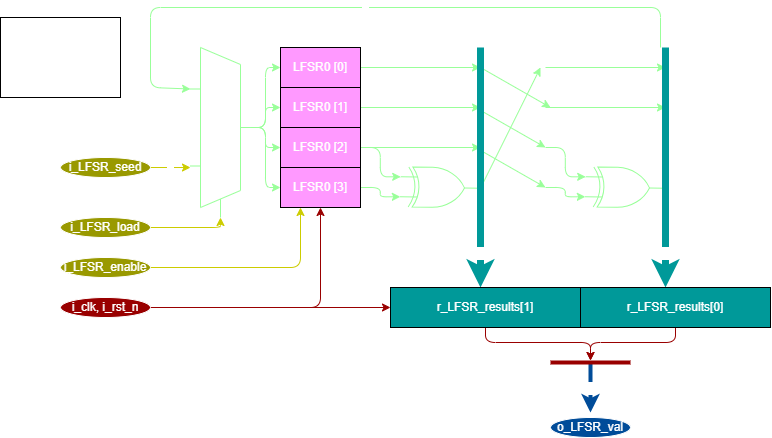
The draw.io diagram custom_parallel_lfsr_internal.drawio.png in omar1405/Parallel_Fibonacci_LFSR, before a commit. Source tidied: cells renumbered, new cells last; positions are measured from the earlier drawing's top-left corner, leaving out a move shared by most shapes. The source it was exported from:
```xml
<mxGraphModel>
  <root>
    <mxCell id="0" />
    <mxCell id="1" parent="0" />
    <mxCell id="2" value="for Params:&lt;br&gt;-LFSR_N=4&lt;br&gt;-LFSR_M=2&lt;br&gt;-LFSR_P='hc&lt;br&gt;-LFSR_R=~('d0)" style="rounded=0;whiteSpace=wrap;html=1;fontColor=#FFFFFF;" parent="1" vertex="1">
      <mxGeometry y="10" width="120" height="80" as="geometry" />
    </mxCell>
    <mxCell id="3" style="edgeStyle=none;html=1;exitX=1;exitY=0.5;exitDx=0;exitDy=0;exitPerimeter=0;strokeColor=#99FF99;fontColor=#FFFFFF;" parent="1" edge="1" source="4">
      <mxGeometry relative="1" as="geometry">
        <mxPoint x="540" y="60" as="targetPoint" />
      </mxGeometry>
    </mxCell>
    <mxCell id="4" style="verticalLabelPosition=bottom;shadow=0;dashed=0;align=center;html=1;verticalAlign=top;shape=mxgraph.electrical.logic_gates.logic_gate;operation=xor;rotation=1;strokeColor=#99FF99;fontColor=#FFFFFF;" parent="1" vertex="1">
      <mxGeometry x="400" y="160" width="80" height="40" as="geometry" />
    </mxCell>
    <mxCell id="5" style="edgeStyle=orthogonalEdgeStyle;html=1;strokeColor=#99FF99;fontColor=#FFFFFF;" parent="1" edge="1" source="6">
      <mxGeometry relative="1" as="geometry">
        <mxPoint x="480" y="60" as="targetPoint" />
      </mxGeometry>
    </mxCell>
    <mxCell id="6" value="LFSR0 [0]" style="rounded=0;whiteSpace=wrap;html=1;strokeColor=#000000;fillColor=#FF99FF;fontColor=#FFFFFF;" parent="1" vertex="1">
      <mxGeometry x="280" y="40" width="80" height="40" as="geometry" />
    </mxCell>
    <mxCell id="7" style="edgeStyle=orthogonalEdgeStyle;html=1;strokeColor=#99FF99;fontColor=#FFFFFF;" parent="1" edge="1" source="8">
      <mxGeometry relative="1" as="geometry">
        <mxPoint x="480" y="100" as="targetPoint" />
      </mxGeometry>
    </mxCell>
    <mxCell id="8" value="LFSR0 [1]" style="rounded=0;whiteSpace=wrap;html=1;strokeColor=#000000;fillColor=#FF99FF;fontColor=#FFFFFF;" parent="1" vertex="1">
      <mxGeometry x="280" y="80" width="80" height="40" as="geometry" />
    </mxCell>
    <mxCell id="9" style="edgeStyle=orthogonalEdgeStyle;html=1;entryX=0;entryY=0.25;entryDx=0;entryDy=0;entryPerimeter=0;strokeColor=#99FF99;fontColor=#FFFFFF;" parent="1" edge="1" source="11" target="4">
      <mxGeometry relative="1" as="geometry" />
    </mxCell>
    <mxCell id="10" style="edgeStyle=none;html=1;exitX=1;exitY=0.5;exitDx=0;exitDy=0;strokeColor=#99FF99;fontColor=#FFFFFF;" parent="1" edge="1" source="11">
      <mxGeometry relative="1" as="geometry">
        <mxPoint x="480" y="140" as="targetPoint" />
      </mxGeometry>
    </mxCell>
    <mxCell id="11" value="LFSR0 [2]" style="rounded=0;whiteSpace=wrap;html=1;strokeColor=#000000;fillColor=#FF99FF;fontColor=#FFFFFF;" parent="1" vertex="1">
      <mxGeometry x="280" y="120" width="80" height="40" as="geometry" />
    </mxCell>
    <mxCell id="12" style="edgeStyle=orthogonalEdgeStyle;html=1;entryX=0;entryY=0.75;entryDx=0;entryDy=0;entryPerimeter=0;strokeColor=#99FF99;fontColor=#FFFFFF;" parent="1" edge="1" source="13" target="4">
      <mxGeometry relative="1" as="geometry" />
    </mxCell>
    <mxCell id="13" value="LFSR0 [3]" style="rounded=0;whiteSpace=wrap;html=1;strokeColor=#000000;fillColor=#FF99FF;fontColor=#FFFFFF;" parent="1" vertex="1">
      <mxGeometry x="280" y="160" width="80" height="40" as="geometry" />
    </mxCell>
    <mxCell id="14" style="verticalLabelPosition=bottom;shadow=0;dashed=0;align=center;html=1;verticalAlign=top;shape=mxgraph.electrical.logic_gates.logic_gate;operation=xor;rotation=1;strokeColor=#99FF99;fontColor=#FFFFFF;" parent="1" vertex="1">
      <mxGeometry x="585" y="160" width="80" height="40" as="geometry" />
    </mxCell>
    <mxCell id="15" style="edgeStyle=orthogonalEdgeStyle;html=1;strokeColor=#99FF99;fontColor=#FFFFFF;" parent="1" edge="1">
      <mxGeometry relative="1" as="geometry">
        <mxPoint x="545" y="60" as="sourcePoint" />
        <mxPoint x="665" y="60" as="targetPoint" />
      </mxGeometry>
    </mxCell>
    <mxCell id="16" style="edgeStyle=orthogonalEdgeStyle;html=1;strokeColor=#99FF99;fontColor=#FFFFFF;" parent="1" edge="1">
      <mxGeometry relative="1" as="geometry">
        <mxPoint x="545" y="100" as="sourcePoint" />
        <mxPoint x="665" y="100" as="targetPoint" />
      </mxGeometry>
    </mxCell>
    <mxCell id="17" style="edgeStyle=orthogonalEdgeStyle;html=1;entryX=0;entryY=0.25;entryDx=0;entryDy=0;entryPerimeter=0;strokeColor=#99FF99;fontColor=#FFFFFF;" parent="1" edge="1" target="14">
      <mxGeometry relative="1" as="geometry">
        <mxPoint x="545" y="140" as="sourcePoint" />
      </mxGeometry>
    </mxCell>
    <mxCell id="18" style="edgeStyle=orthogonalEdgeStyle;html=1;entryX=0;entryY=0.75;entryDx=0;entryDy=0;entryPerimeter=0;strokeColor=#99FF99;fontColor=#FFFFFF;" parent="1" edge="1" target="14">
      <mxGeometry relative="1" as="geometry">
        <mxPoint x="545" y="180" as="sourcePoint" />
      </mxGeometry>
    </mxCell>
    <mxCell id="19" style="endArrow=classic;html=1;strokeColor=#99FF99;fontColor=#FFFFFF;" parent="1" edge="1">
      <mxGeometry relative="1" as="geometry">
        <mxPoint x="480" y="60" as="sourcePoint" />
        <mxPoint x="550" y="100" as="targetPoint" />
      </mxGeometry>
    </mxCell>
    <mxCell id="20" style="endArrow=classic;html=1;strokeColor=#99FF99;fontColor=#FFFFFF;" parent="1" edge="1">
      <mxGeometry relative="1" as="geometry">
        <mxPoint x="475" y="100" as="sourcePoint" />
        <mxPoint x="545" y="140" as="targetPoint" />
      </mxGeometry>
    </mxCell>
    <mxCell id="21" style="endArrow=classic;html=1;strokeColor=#99FF99;fontColor=#FFFFFF;" parent="1" edge="1">
      <mxGeometry relative="1" as="geometry">
        <mxPoint x="475" y="140" as="sourcePoint" />
        <mxPoint x="545" y="180" as="targetPoint" />
      </mxGeometry>
    </mxCell>
    <mxCell id="22" value="4" style="endArrow=classic;html=1;strokeWidth=7;fillColor=#1ba1e2;strokeColor=#009999;verticalAlign=middle;fontColor=#FFFFFF;" parent="1" edge="1">
      <mxGeometry x="0.71" relative="1" as="geometry">
        <mxPoint x="480" y="40" as="sourcePoint" />
        <mxPoint x="480" y="280" as="targetPoint" />
      </mxGeometry>
    </mxCell>
    <mxCell id="23" value="4" style="endArrow=classic;html=1;strokeWidth=7;fillColor=#1ba1e2;strokeColor=#009999;verticalAlign=middle;fontColor=#FFFFFF;" parent="1" edge="1">
      <mxGeometry x="0.71" relative="1" as="geometry">
        <mxPoint x="665" y="40" as="sourcePoint" />
        <mxPoint x="665" y="280" as="targetPoint" />
      </mxGeometry>
    </mxCell>
    <mxCell id="24" style="edgeStyle=orthogonalEdgeStyle;html=1;exitX=0.5;exitY=1;exitDx=0;exitDy=0;strokeColor=#990000;strokeWidth=1;fontColor=#FFFFFF;" parent="1" edge="1" source="25" target="40">
      <mxGeometry relative="1" as="geometry" />
    </mxCell>
    <mxCell id="25" value="r_LFSR_results[1]" style="rounded=0;whiteSpace=wrap;html=1;fillColor=#009999;strokeColor=#000000;fontColor=#FFFFFF;" parent="1" vertex="1">
      <mxGeometry x="390" y="280" width="190" height="40" as="geometry" />
    </mxCell>
    <mxCell id="26" style="edgeStyle=orthogonalEdgeStyle;html=1;exitX=0.5;exitY=1;exitDx=0;exitDy=0;strokeColor=#990000;strokeWidth=1;fontColor=#FFFFFF;" parent="1" edge="1" source="27" target="40">
      <mxGeometry relative="1" as="geometry" />
    </mxCell>
    <mxCell id="27" value="r_LFSR_results[0]" style="rounded=0;whiteSpace=wrap;html=1;fillColor=#009999;strokeColor=#000000;fontColor=#FFFFFF;" parent="1" vertex="1">
      <mxGeometry x="580" y="280" width="190" height="40" as="geometry" />
    </mxCell>
    <mxCell id="28" style="edgeStyle=orthogonalEdgeStyle;html=1;exitX=1;exitY=0.5;exitDx=0;exitDy=-5;exitPerimeter=0;entryX=0;entryY=0.5;entryDx=0;entryDy=0;strokeWidth=1;strokeColor=#99FF99;fontColor=#FFFFFF;" parent="1" edge="1" source="32" target="6">
      <mxGeometry relative="1" as="geometry" />
    </mxCell>
    <mxCell id="29" style="edgeStyle=orthogonalEdgeStyle;html=1;exitX=1;exitY=0.5;exitDx=0;exitDy=-5;exitPerimeter=0;entryX=0;entryY=0.5;entryDx=0;entryDy=0;strokeWidth=1;strokeColor=#99FF99;fontColor=#FFFFFF;" parent="1" edge="1" source="32" target="8">
      <mxGeometry relative="1" as="geometry" />
    </mxCell>
    <mxCell id="30" style="edgeStyle=orthogonalEdgeStyle;html=1;exitX=1;exitY=0.5;exitDx=0;exitDy=-5;exitPerimeter=0;entryX=0;entryY=0.5;entryDx=0;entryDy=0;strokeWidth=1;strokeColor=#99FF99;fontColor=#FFFFFF;" parent="1" edge="1" source="32" target="11">
      <mxGeometry relative="1" as="geometry" />
    </mxCell>
    <mxCell id="31" style="edgeStyle=orthogonalEdgeStyle;html=1;exitX=1;exitY=0.5;exitDx=0;exitDy=-5;exitPerimeter=0;entryX=0;entryY=0.5;entryDx=0;entryDy=0;strokeWidth=1;strokeColor=#99FF99;fontColor=#FFFFFF;" parent="1" edge="1" source="32" target="13">
      <mxGeometry relative="1" as="geometry" />
    </mxCell>
    <mxCell id="32" value="Mux" style="shadow=0;dashed=0;align=center;html=1;strokeWidth=1;shape=mxgraph.electrical.abstract.mux2;strokeColor=#99FF99;fontColor=#FFFFFF;" parent="1" vertex="1">
      <mxGeometry x="190" y="40" width="60" height="170" as="geometry" />
    </mxCell>
    <mxCell id="33" value="4" style="endArrow=classic;html=1;strokeWidth=1;entryX=0;entryY=0.22647058823529412;entryDx=0;entryDy=3;entryPerimeter=0;strokeColor=#99FF99;fontColor=#FFFFFF;" parent="1" edge="1" target="32">
      <mxGeometry relative="1" as="geometry">
        <mxPoint x="660" y="40" as="sourcePoint" />
        <Array as="points">
          <mxPoint x="660" />
          <mxPoint x="150" />
          <mxPoint x="150" y="80" />
        </Array>
      </mxGeometry>
    </mxCell>
    <mxCell id="34" value="4" style="edgeStyle=orthogonalEdgeStyle;html=1;exitX=1;exitY=0.5;exitDx=0;exitDy=0;entryX=0;entryY=0.706;entryDx=0;entryDy=0;entryPerimeter=0;strokeWidth=1;strokeColor=#CCCC00;fontColor=#FFFFFF;" parent="1" edge="1" target="32">
      <mxGeometry relative="1" as="geometry">
        <mxPoint x="150" y="160" as="sourcePoint" />
      </mxGeometry>
    </mxCell>
    <mxCell id="35" style="endArrow=classic;html=1;strokeWidth=1;exitX=1;exitY=0.5;exitDx=0;exitDy=0;entryX=0.5;entryY=1;entryDx=0;entryDy=0;strokeColor=#990000;fontColor=#FFFFFF;" parent="1" edge="1" target="13">
      <mxGeometry relative="1" as="geometry">
        <mxPoint x="150" y="300" as="sourcePoint" />
        <Array as="points">
          <mxPoint x="320" y="300" />
        </Array>
      </mxGeometry>
    </mxCell>
    <mxCell id="36" style="edgeStyle=orthogonalEdgeStyle;html=1;entryX=0.3333333333333333;entryY=1;entryDx=10;entryDy=0;entryPerimeter=0;strokeWidth=1;strokeColor=#CCCC00;fontColor=#FFFFFF;" parent="1" edge="1" target="32">
      <mxGeometry relative="1" as="geometry">
        <mxPoint x="150" y="220" as="sourcePoint" />
      </mxGeometry>
    </mxCell>
    <mxCell id="37" style="edgeStyle=orthogonalEdgeStyle;html=1;entryX=0;entryY=0.5;entryDx=0;entryDy=0;strokeWidth=1;exitX=1;exitY=0.5;exitDx=0;exitDy=0;strokeColor=#990000;fontColor=#FFFFFF;" parent="1" edge="1" target="25">
      <mxGeometry relative="1" as="geometry">
        <mxPoint x="150" y="300" as="sourcePoint" />
        <Array as="points">
          <mxPoint x="240" y="300" />
          <mxPoint x="240" y="300" />
        </Array>
      </mxGeometry>
    </mxCell>
    <mxCell id="38" style="edgeStyle=orthogonalEdgeStyle;html=1;entryX=0.25;entryY=1;entryDx=0;entryDy=0;strokeWidth=1;strokeColor=#CCCC00;fontColor=#FFFFFF;" parent="1" edge="1" target="13">
      <mxGeometry relative="1" as="geometry">
        <mxPoint x="150" y="260" as="sourcePoint" />
      </mxGeometry>
    </mxCell>
    <mxCell id="39" value="8" style="edgeStyle=orthogonalEdgeStyle;html=1;strokeColor=#004C99;strokeWidth=4;fontColor=#FFFFFF;" parent="1" edge="1" source="40">
      <mxGeometry relative="1" as="geometry">
        <mxPoint x="590" y="405" as="targetPoint" />
      </mxGeometry>
    </mxCell>
    <mxCell id="40" style="line;strokeWidth=4;html=1;perimeter=backbonePerimeter;points=[];outlineConnect=0;strokeColor=#990000;fillColor=none;fontColor=#FFFFFF;" parent="1" vertex="1">
      <mxGeometry x="550" y="350" width="80" height="10" as="geometry" />
    </mxCell>
    <mxCell id="41" value="o_LFSR_val" style="ellipse;whiteSpace=wrap;html=1;strokeColor=#FFFFFF;fontColor=#FFFFFF;fillColor=#004C99;" parent="1" vertex="1">
      <mxGeometry x="550" y="410" width="80" height="20" as="geometry" />
    </mxCell>
    <mxCell id="42" value="&lt;span style=&quot;&quot;&gt;i_clk, i_rst_n&lt;/span&gt;" style="ellipse;whiteSpace=wrap;html=1;strokeColor=#FFFFFF;fontColor=#FFFFFF;fillColor=#990000;" parent="1" vertex="1">
      <mxGeometry x="60" y="290" width="90" height="20" as="geometry" />
    </mxCell>
    <mxCell id="43" value="&lt;span style=&quot;&quot;&gt;i_LFSR_enable&lt;/span&gt;" style="ellipse;whiteSpace=wrap;html=1;strokeColor=#FFFFFF;fontColor=#FFFFFF;fillColor=#999900;" parent="1" vertex="1">
      <mxGeometry x="60" y="250" width="90" height="20" as="geometry" />
    </mxCell>
    <mxCell id="44" value="&lt;span style=&quot;&quot;&gt;i_LFSR_load&lt;/span&gt;" style="ellipse;whiteSpace=wrap;html=1;strokeColor=#FFFFFF;fontColor=#FFFFFF;fillColor=#999900;" parent="1" vertex="1">
      <mxGeometry x="60" y="210" width="90" height="20" as="geometry" />
    </mxCell>
    <mxCell id="45" value="&lt;span style=&quot;&quot;&gt;i_LFSR_seed&lt;/span&gt;" style="ellipse;whiteSpace=wrap;html=1;strokeColor=#FFFFFF;fontColor=#FFFFFF;fillColor=#999900;" parent="1" vertex="1">
      <mxGeometry x="60" y="150" width="90" height="20" as="geometry" />
    </mxCell>
  </root>
</mxGraphModel>
```
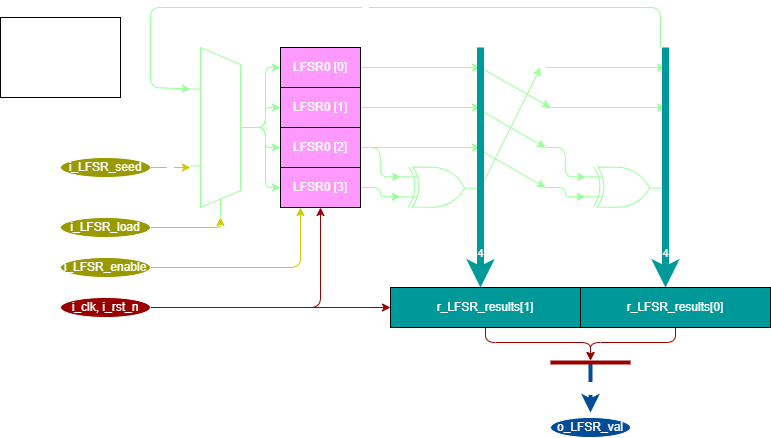
Above is the later version.

What changed in the source:
```diff
@@ -89,13 +89,13 @@
         <mxPoint x="545" y="180" as="targetPoint" />
       </mxGeometry>
     </mxCell>
-    <mxCell id="22" value="4" style="endArrow=classic;html=1;strokeWidth=7;fillColor=#1ba1e2;strokeColor=#009999;verticalAlign=middle;fontColor=#FFFFFF;" parent="1" edge="1">
+    <mxCell id="22" value="4" style="endArrow=classic;html=1;strokeWidth=7;fillColor=#1ba1e2;strokeColor=#009999;verticalAlign=middle;fontColor=#FFFFFF;labelBackgroundColor=none;" parent="1" edge="1">
       <mxGeometry x="0.71" relative="1" as="geometry">
         <mxPoint x="480" y="40" as="sourcePoint" />
         <mxPoint x="480" y="280" as="targetPoint" />
       </mxGeometry>
     </mxCell>
-    <mxCell id="23" value="4" style="endArrow=classic;html=1;strokeWidth=7;fillColor=#1ba1e2;strokeColor=#009999;verticalAlign=middle;fontColor=#FFFFFF;" parent="1" edge="1">
+    <mxCell id="23" value="4" style="endArrow=classic;html=1;strokeWidth=7;fillColor=#1ba1e2;strokeColor=#009999;verticalAlign=middle;fontColor=#FFFFFF;labelBackgroundColor=none;" parent="1" edge="1">
       <mxGeometry x="0.71" relative="1" as="geometry">
         <mxPoint x="665" y="40" as="sourcePoint" />
         <mxPoint x="665" y="280" as="targetPoint" />
```
